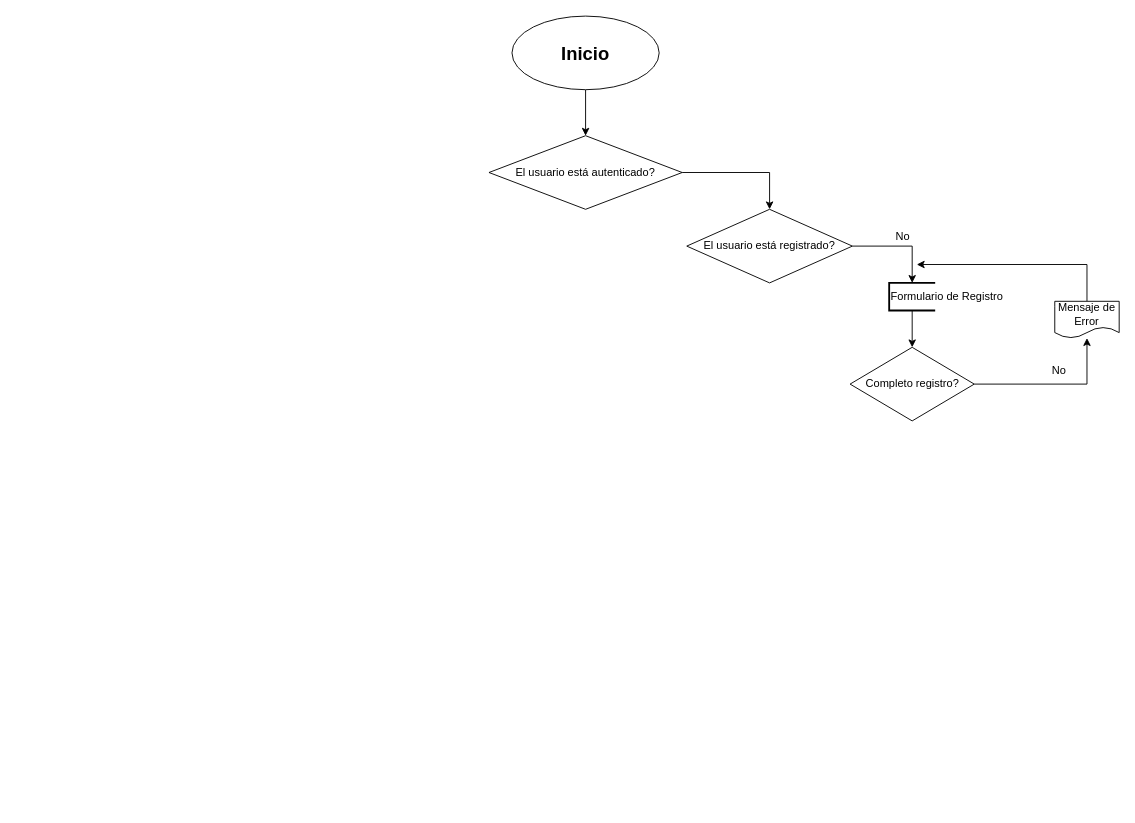
Renatod-96/Membership_Diagram keeps this draw.io diagram as Diagram/Untitled Diagram.drawio. Above is the earlier version. Source tidied: cells renumbered, new cells numbered last; positions are measured from the earlier drawing's top-left corner, leaving out a move shared by most shapes. Both pictures are drawn from the tidied source at 92%, with x=0, y=0 at pixel (489, 16).
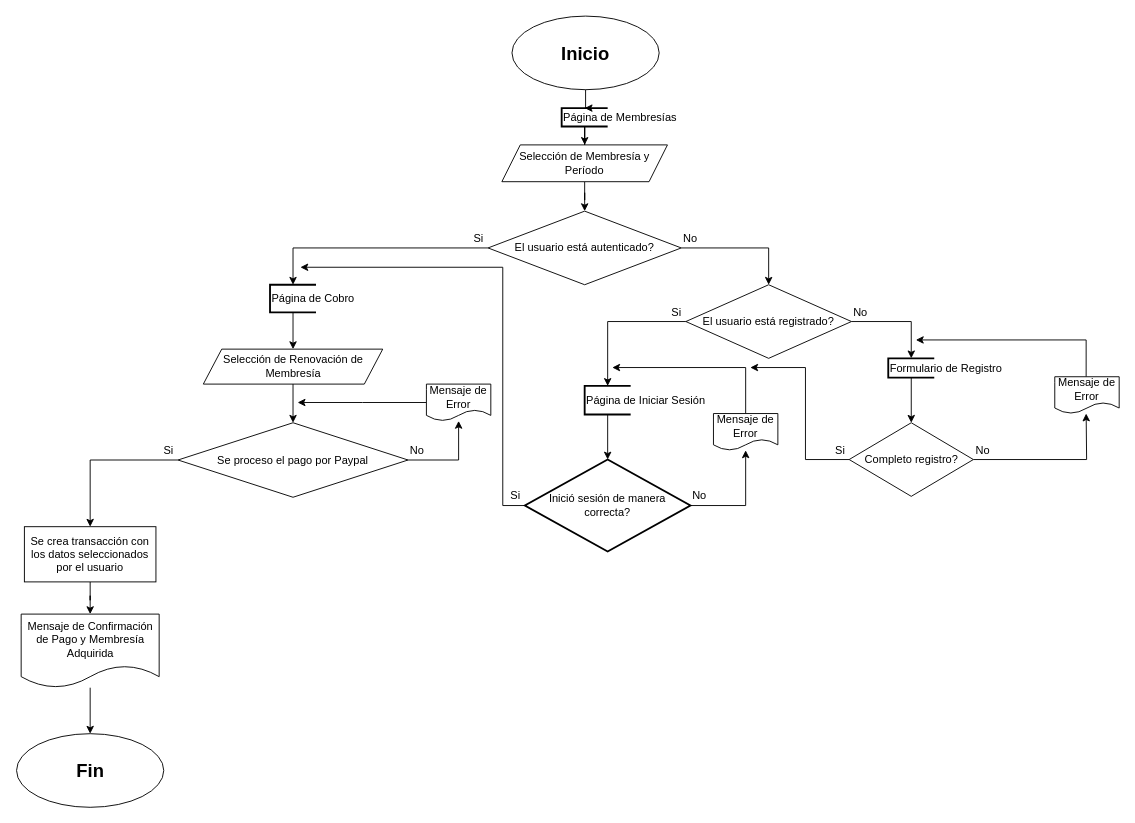
After the change.

Unchanged cells that the change refers to:
```xml
<mxCell id="3" value="Inicio" style="ellipse;whiteSpace=wrap;html=1;fontSize=20;fontStyle=1;" parent="1" vertex="1">
  <mxGeometry x="25" width="160" height="80" as="geometry" />
</mxCell>
```

What changed in the source:
```diff
@@
-    <mxCell id="2" style="edgeStyle=orthogonalEdgeStyle;rounded=0;jettySize=auto;html=1;entryX=0.5;entryY=0;entryDx=0;entryDy=0;" parent="1" edge="1" source="3" target="5">
-      <mxGeometry relative="1" as="geometry" />
-    </mxCell>
@@
+    <mxCell id="16" style="edgeStyle=orthogonalEdgeStyle;rounded=0;jettySize=auto;html=1;entryX=0.5;entryY=0;entryDx=0;entryDy=0;" parent="1" edge="1" source="46" target="35">
+      <mxGeometry relative="1" as="geometry" />
+    </mxCell>
     <mxCell id="5" value="El usuario está autenticado?" style="rhombus;whiteSpace=wrap;html=1;" parent="1" vertex="1">
-      <mxGeometry y="130" width="210" height="80" as="geometry" />
+      <mxGeometry x="-1" y="212" width="210" height="80" as="geometry" />
     </mxCell>
@@
+    <mxCell id="17" style="edgeStyle=orthogonalEdgeStyle;rounded=0;jettySize=auto;html=1;entryX=0.5;entryY=0;entryDx=0;entryDy=0;entryPerimeter=0;" parent="1" edge="1" source="7" target="20">
+      <mxGeometry relative="1" as="geometry" />
+    </mxCell>
     <mxCell id="7" value="El usuario está registrado?" style="rhombus;whiteSpace=wrap;html=1;" parent="1" vertex="1">
-      <mxGeometry x="215" y="210" width="180" height="80" as="geometry" />
+      <mxGeometry x="214" y="292" width="180" height="80" as="geometry" />
     </mxCell>
@@
     <mxCell id="9" value="Formulario de Registro" style="strokeWidth=2;html=1;shape=mxgraph.flowchart.annotation_1;align=left;" parent="1" vertex="1">
-      <mxGeometry x="435" y="290" width="50" height="30" as="geometry" />
+      <mxGeometry x="434" y="372" width="50" height="21" as="geometry" />
     </mxCell>
-    <mxCell id="10" style="edgeStyle=orthogonalEdgeStyle;rounded=0;jettySize=auto;html=1;" parent="1" edge="1" source="11" target="14">
-      <mxGeometry relative="1" as="geometry" />
+    <mxCell id="10" style="edgeStyle=orthogonalEdgeStyle;rounded=0;jettySize=auto;html=1;" parent="1" edge="1" source="11">
+      <mxGeometry relative="1" as="geometry">
+        <mxPoint x="649.1" y="432" as="targetPoint" />
+      </mxGeometry>
     </mxCell>
+    <mxCell id="18" style="edgeStyle=orthogonalEdgeStyle;rounded=0;jettySize=auto;html=1;" parent="1" edge="1" source="11">
+      <mxGeometry relative="1" as="geometry">
+        <mxPoint x="284" y="382" as="targetPoint" />
+        <Array as="points">
+          <mxPoint x="344" y="482" />
+          <mxPoint x="344" y="382" />
+        </Array>
+      </mxGeometry>
+    </mxCell>
     <mxCell id="11" value="Completo registro?" style="rhombus;whiteSpace=wrap;html=1;" parent="1" vertex="1">
-      <mxGeometry x="392.5" y="360" width="135" height="80" as="geometry" />
+      <mxGeometry x="391.5" y="442" width="135" height="80" as="geometry" />
     </mxCell>
     <mxCell id="12" value="No" style="text;html=1;strokeColor=none;fillColor=none;align=center;verticalAlign=middle;whiteSpace=wrap;rounded=0;" parent="1" vertex="1">
-      <mxGeometry x="435" y="225" width="30" height="30" as="geometry" />
+      <mxGeometry x="209" y="232" width="20" height="20" as="geometry" />
     </mxCell>
-    <mxCell id="13" style="edgeStyle=orthogonalEdgeStyle;rounded=0;jettySize=auto;html=1;" parent="1" edge="1" source="14">
+    <mxCell id="13" style="edgeStyle=orthogonalEdgeStyle;rounded=0;orthogonalLoop=1;jettySize=auto;html=1;" parent="1" edge="1">
       <mxGeometry relative="1" as="geometry">
-        <mxPoint x="465" y="270" as="targetPoint" />
+        <mxPoint x="649.1" y="392" as="sourcePoint" />
+        <mxPoint x="464" y="352" as="targetPoint" />
         <Array as="points">
-          <mxPoint x="650" y="270" />
+          <mxPoint x="649" y="352" />
         </Array>
       </mxGeometry>
     </mxCell>
     <mxCell id="14" value="Mensaje de Error" style="shape=document;whiteSpace=wrap;html=1;boundedLbl=1;" parent="1" vertex="1">
-      <mxGeometry x="615" y="310" width="70" height="40" as="geometry" />
+      <mxGeometry x="615" y="392" width="70" height="40" as="geometry" />
     </mxCell>
     <mxCell id="15" value="No" style="text;html=1;strokeColor=none;fillColor=none;align=center;verticalAlign=middle;whiteSpace=wrap;rounded=0;" parent="1" vertex="1">
-      <mxGeometry x="605" y="370" width="30" height="30" as="geometry" />
+      <mxGeometry x="526.5" y="462" width="20" height="20" as="geometry" />
     </mxCell>
+    <mxCell id="19" style="edgeStyle=orthogonalEdgeStyle;rounded=0;jettySize=auto;html=1;" parent="1" edge="1" source="20" target="23">
+      <mxGeometry relative="1" as="geometry" />
+    </mxCell>
+    <mxCell id="20" value="Página de Iniciar Sesión" style="strokeWidth=2;html=1;shape=mxgraph.flowchart.annotation_1;align=left;" parent="1" vertex="1">
+      <mxGeometry x="104" y="402" width="50" height="31" as="geometry" />
+    </mxCell>
+    <mxCell id="21" style="edgeStyle=orthogonalEdgeStyle;rounded=0;jettySize=auto;html=1;" parent="1" edge="1" source="23" target="25">
+      <mxGeometry relative="1" as="geometry" />
+    </mxCell>
+    <mxCell id="22" style="edgeStyle=orthogonalEdgeStyle;rounded=0;jettySize=auto;html=1;" parent="1" edge="1" source="23">
+      <mxGeometry relative="1" as="geometry">
+        <mxPoint x="-205" y="273" as="targetPoint" />
+        <Array as="points">
+          <mxPoint x="15" y="532" />
+          <mxPoint x="15" y="273" />
+        </Array>
+      </mxGeometry>
+    </mxCell>
+    <mxCell id="23" value="Inició sesión de manera correcta?" style="strokeWidth=2;html=1;shape=mxgraph.flowchart.decision;whiteSpace=wrap;align=center;verticalAlign=middle;fontSize=12;" parent="1" vertex="1">
+      <mxGeometry x="39" y="482" width="180" height="100" as="geometry" />
+    </mxCell>
+    <mxCell id="24" style="edgeStyle=orthogonalEdgeStyle;rounded=0;jettySize=auto;html=1;" parent="1" edge="1" source="25">
+      <mxGeometry relative="1" as="geometry">
+        <mxPoint x="134" y="382" as="targetPoint" />
+        <Array as="points">
+          <mxPoint x="279" y="382" />
+          <mxPoint x="134" y="382" />
+        </Array>
+      </mxGeometry>
+    </mxCell>
+    <mxCell id="25" value="Mensaje de Error" style="shape=document;whiteSpace=wrap;html=1;boundedLbl=1;" parent="1" vertex="1">
+      <mxGeometry x="244" y="432" width="70" height="40" as="geometry" />
+    </mxCell>
+    <mxCell id="26" value="No" style="text;html=1;strokeColor=none;fillColor=none;align=center;verticalAlign=middle;whiteSpace=wrap;rounded=0;" parent="1" vertex="1">
+      <mxGeometry x="394" y="312" width="20" height="20" as="geometry" />
+    </mxCell>
+    <mxCell id="27" value="No" style="text;html=1;strokeColor=none;fillColor=none;align=center;verticalAlign=middle;whiteSpace=wrap;rounded=0;" parent="1" vertex="1">
+      <mxGeometry x="219" y="511" width="20" height="20" as="geometry" />
+    </mxCell>
+    <mxCell id="28" value="Si" style="text;html=1;strokeColor=none;fillColor=none;align=center;verticalAlign=middle;whiteSpace=wrap;rounded=0;" parent="1" vertex="1">
+      <mxGeometry x="371.5" y="462" width="20" height="20" as="geometry" />
+    </mxCell>
+    <mxCell id="29" value="Si" style="text;html=1;strokeColor=none;fillColor=none;align=center;verticalAlign=middle;whiteSpace=wrap;rounded=0;" parent="1" vertex="1">
+      <mxGeometry x="194" y="312" width="20" height="20" as="geometry" />
+    </mxCell>
+    <mxCell id="30" style="edgeStyle=orthogonalEdgeStyle;rounded=0;jettySize=auto;html=1;entryX=0.5;entryY=0;entryDx=0;entryDy=0;" parent="1" edge="1" source="3" target="32">
+      <mxGeometry relative="1" as="geometry" />
+    </mxCell>
+    <mxCell id="31" style="edgeStyle=orthogonalEdgeStyle;rounded=0;jettySize=auto;html=1;" parent="1" edge="1" source="32" target="44">
+      <mxGeometry relative="1" as="geometry" />
+    </mxCell>
+    <mxCell id="32" value="Página de Membresías" style="strokeWidth=2;html=1;shape=mxgraph.flowchart.annotation_1;align=left;" parent="1" vertex="1">
+      <mxGeometry x="79" y="100" width="50" height="20" as="geometry" />
+    </mxCell>
+    <mxCell id="33" style="edgeStyle=orthogonalEdgeStyle;rounded=0;jettySize=auto;html=1;" parent="1" edge="1" source="35" target="39">
+      <mxGeometry relative="1" as="geometry" />
+    </mxCell>
+    <mxCell id="34" style="edgeStyle=orthogonalEdgeStyle;rounded=0;jettySize=auto;html=1;entryX=0.5;entryY=0;entryDx=0;entryDy=0;" parent="1" edge="1" source="35" target="48">
+      <mxGeometry relative="1" as="geometry" />
+    </mxCell>
+    <mxCell id="35" value="Se proceso el pago por Paypal" style="rhombus;whiteSpace=wrap;html=1;" parent="1" vertex="1">
+      <mxGeometry x="-338" y="442" width="250" height="81" as="geometry" />
+    </mxCell>
+    <mxCell id="36" style="edgeStyle=orthogonalEdgeStyle;rounded=0;jettySize=auto;html=1;entryX=0.5;entryY=0;entryDx=0;entryDy=0;" parent="1" edge="1" source="5" target="37">
+      <mxGeometry relative="1" as="geometry" />
+    </mxCell>
+    <mxCell id="37" value="Página de Cobro" style="strokeWidth=2;html=1;shape=mxgraph.flowchart.annotation_1;align=left;" parent="1" vertex="1">
+      <mxGeometry x="-238" y="292" width="50" height="30" as="geometry" />
+    </mxCell>
+    <mxCell id="38" style="edgeStyle=orthogonalEdgeStyle;rounded=0;jettySize=auto;html=1;" parent="1" edge="1" source="39">
+      <mxGeometry relative="1" as="geometry">
+        <mxPoint x="-208" y="420" as="targetPoint" />
+      </mxGeometry>
+    </mxCell>
+    <mxCell id="39" value="Mensaje de Error" style="shape=document;whiteSpace=wrap;html=1;boundedLbl=1;" parent="1" vertex="1">
+      <mxGeometry x="-68" y="400" width="70" height="40" as="geometry" />
+    </mxCell>
+    <mxCell id="40" value="No" style="text;html=1;strokeColor=none;fillColor=none;align=center;verticalAlign=middle;whiteSpace=wrap;rounded=0;" parent="1" vertex="1">
+      <mxGeometry x="-88" y="462" width="20" height="20" as="geometry" />
+    </mxCell>
+    <mxCell id="41" value="Si" style="text;html=1;strokeColor=none;fillColor=none;align=center;verticalAlign=middle;whiteSpace=wrap;rounded=0;" parent="1" vertex="1">
+      <mxGeometry x="-21" y="232" width="20" height="20" as="geometry" />
+    </mxCell>
+    <mxCell id="42" value="Si" style="text;html=1;strokeColor=none;fillColor=none;align=center;verticalAlign=middle;whiteSpace=wrap;rounded=0;" parent="1" vertex="1">
+      <mxGeometry x="-358" y="462" width="20" height="20" as="geometry" />
+    </mxCell>
+    <mxCell id="43" style="edgeStyle=orthogonalEdgeStyle;rounded=0;jettySize=auto;html=1;entryX=0.5;entryY=0;entryDx=0;entryDy=0;" parent="1" edge="1" source="44" target="5">
+      <mxGeometry relative="1" as="geometry" />
+    </mxCell>
+    <mxCell id="44" value="Selección de Membresía y Período" style="shape=parallelogram;perimeter=parallelogramPerimeter;whiteSpace=wrap;html=1;fixedSize=1;" parent="1" vertex="1">
+      <mxGeometry x="14" y="140" width="180" height="40" as="geometry" />
+    </mxCell>
+    <mxCell id="45" style="edgeStyle=orthogonalEdgeStyle;rounded=0;jettySize=auto;html=1;entryX=0.5;entryY=0;entryDx=0;entryDy=0;" parent="1" edge="1" source="37" target="46">
+      <mxGeometry relative="1" as="geometry" />
+    </mxCell>
+    <mxCell id="46" value="Selección de Renovación de Membresía" style="shape=parallelogram;perimeter=parallelogramPerimeter;whiteSpace=wrap;html=1;fixedSize=1;" parent="1" vertex="1">
+      <mxGeometry x="-310.5" y="362" width="195" height="38" as="geometry" />
+    </mxCell>
+    <mxCell id="47" style="edgeStyle=orthogonalEdgeStyle;rounded=0;jettySize=auto;html=1;" parent="1" edge="1" source="48" target="50">
+      <mxGeometry relative="1" as="geometry" />
+    </mxCell>
+    <mxCell id="48" value="Se crea transacción con los datos seleccionados por el usuario" style="rounded=0;whiteSpace=wrap;html=1;" parent="1" vertex="1">
+      <mxGeometry x="-505" y="555" width="143" height="60" as="geometry" />
+    </mxCell>
+    <mxCell id="49" style="edgeStyle=orthogonalEdgeStyle;rounded=0;jettySize=auto;html=1;" parent="1" edge="1" source="50" target="51">
+      <mxGeometry relative="1" as="geometry" />
+    </mxCell>
+    <mxCell id="50" value="Mensaje de Confirmación de Pago y Membresía Adquirida" style="shape=document;whiteSpace=wrap;html=1;boundedLbl=1;" parent="1" vertex="1">
+      <mxGeometry x="-508.5" y="650" width="150" height="80" as="geometry" />
+    </mxCell>
+    <mxCell id="51" value="Fin" style="ellipse;whiteSpace=wrap;html=1;fontSize=20;fontStyle=1;" parent="1" vertex="1">
+      <mxGeometry x="-513.5" y="780" width="160" height="80" as="geometry" />
+    </mxCell>
+    <mxCell id="52" value="Si" style="text;html=1;strokeColor=none;fillColor=none;align=center;verticalAlign=middle;whiteSpace=wrap;rounded=0;" parent="1" vertex="1">
+      <mxGeometry x="19" y="511" width="20" height="20" as="geometry" />
+    </mxCell>
```
